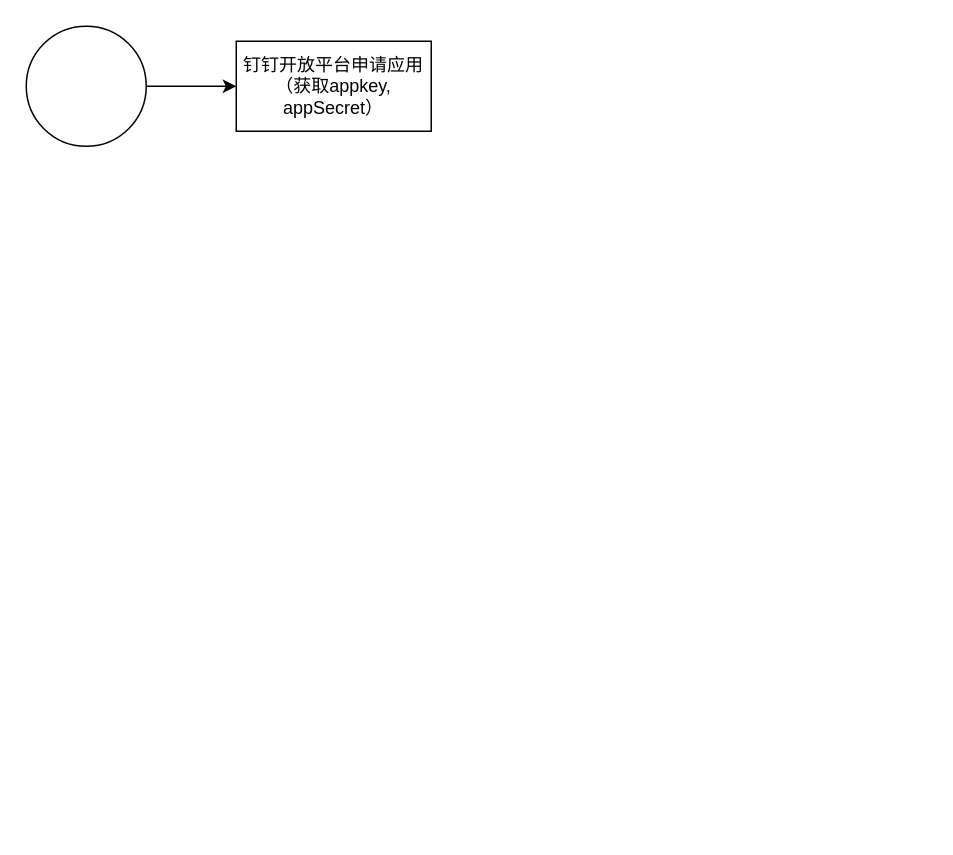
Above: 钉钉流程数据抓取.drawio in XiongZen/QJReconstitution (draw.io), before the change. Source tidied: cells renumbered, new cells numbered last; positions are measured from the earlier drawing's top-left corner, leaving out a move shared by most shapes. Both pictures are drawn from the tidied source at 150%, with x=0, y=0 at pixel (26, 26).
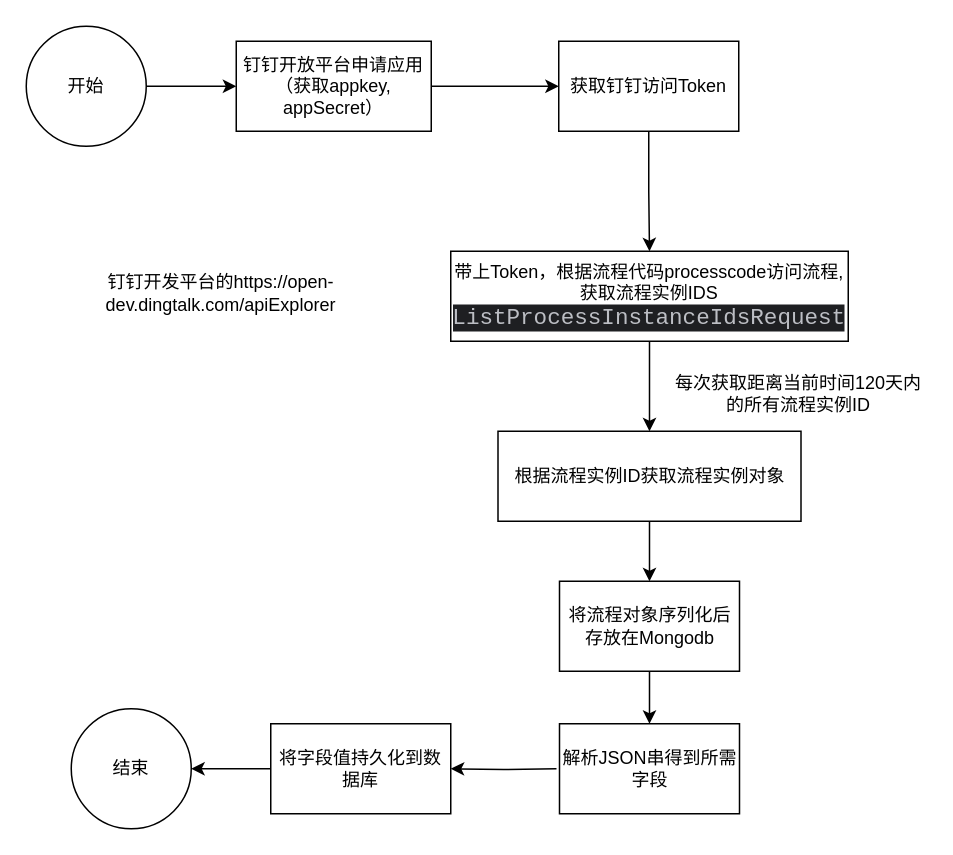
The same page after the edit.

Commit message (it also covers changes not shown here):
Update 钉钉流程数据抓取.drawio

Unchanged cells that the change refers to:
```xml
<mxCell id="4" value="钉钉开放平台申请应用（获取appkey, appSecret）" style="whiteSpace=wrap;html=1;" parent="1" vertex="1">
  <mxGeometry x="140" y="10" width="130" height="60" as="geometry" />
</mxCell>
```

The edit, as a diff of the source:
```diff
@@
-    <mxCell id="3" style="ellipse;whiteSpace=wrap;html=1;" parent="1" vertex="1">
+    <mxCell id="3" value="开始" style="ellipse;whiteSpace=wrap;html=1;" parent="1" vertex="1">
       <mxGeometry width="80" height="80" as="geometry" />
     </mxCell>
+    <mxCell id="5" style="edgeStyle=orthogonalEdgeStyle;rounded=0;jettySize=auto;html=1;" parent="1" edge="1" source="4" target="7">
+      <mxGeometry relative="1" as="geometry" />
+    </mxCell>
@@
+    <mxCell id="6" style="edgeStyle=orthogonalEdgeStyle;rounded=0;jettySize=auto;html=1;" parent="1" edge="1" source="7" target="9">
+      <mxGeometry relative="1" as="geometry" />
+    </mxCell>
+    <mxCell id="7" value="获取钉钉访问Token" style="whiteSpace=wrap;html=1;" parent="1" vertex="1">
+      <mxGeometry x="355" y="10" width="120" height="60" as="geometry" />
+    </mxCell>
+    <mxCell id="8" style="edgeStyle=orthogonalEdgeStyle;rounded=0;jettySize=auto;html=1;" parent="1" edge="1" source="9" target="12">
+      <mxGeometry relative="1" as="geometry" />
+    </mxCell>
+    <mxCell id="9" value="带上Token，根据流程代码processcode访问流程,获取流程实例IDS&lt;div&gt;&lt;span style=&quot;font-family: &amp;quot;JetBrains Mono&amp;quot;, monospace; font-size: 11.3pt; background-color: rgb(30, 31, 34); color: rgb(188, 190, 196);&quot;&gt;ListProcessInstanceIdsRequest&lt;/span&gt;&lt;/div&gt;" style="whiteSpace=wrap;html=1;" parent="1" vertex="1">
+      <mxGeometry x="283" y="150" width="265" height="60" as="geometry" />
+    </mxCell>
+    <mxCell id="10" value="钉钉开发平台的https://open-dev.dingtalk.com/apiExplorer" style="text;html=1;align=center;verticalAlign=middle;whiteSpace=wrap;rounded=0;" parent="1" vertex="1">
+      <mxGeometry x="30" y="145" width="200" height="65" as="geometry" />
+    </mxCell>
+    <mxCell id="11" style="edgeStyle=orthogonalEdgeStyle;rounded=0;jettySize=auto;html=1;" parent="1" edge="1" source="12" target="14">
+      <mxGeometry relative="1" as="geometry" />
+    </mxCell>
+    <mxCell id="12" value="根据流程实例ID获取流程实例对象" style="whiteSpace=wrap;html=1;" parent="1" vertex="1">
+      <mxGeometry x="314.5" y="270" width="202" height="60" as="geometry" />
+    </mxCell>
+    <mxCell id="13" style="edgeStyle=orthogonalEdgeStyle;rounded=0;jettySize=auto;html=1;" parent="1" edge="1" source="14" target="16">
+      <mxGeometry relative="1" as="geometry" />
+    </mxCell>
+    <mxCell id="14" value="将流程对象序列化后存放在Mongodb" style="whiteSpace=wrap;html=1;" parent="1" vertex="1">
+      <mxGeometry x="355.5" y="370" width="120" height="60" as="geometry" />
+    </mxCell>
+    <mxCell id="15" style="edgeStyle=orthogonalEdgeStyle;rounded=0;jettySize=auto;html=1;entryX=1;entryY=0.5;entryDx=0;entryDy=0;" parent="1" edge="1" target="18">
+      <mxGeometry relative="1" as="geometry">
+        <mxPoint x="353.5" y="495" as="sourcePoint" />
+      </mxGeometry>
+    </mxCell>
+    <mxCell id="16" value="解析JSON串得到所需字段" style="whiteSpace=wrap;html=1;" parent="1" vertex="1">
+      <mxGeometry x="355.5" y="465" width="120" height="60" as="geometry" />
+    </mxCell>
+    <mxCell id="17" style="edgeStyle=orthogonalEdgeStyle;rounded=0;jettySize=auto;html=1;entryX=1;entryY=0.5;entryDx=0;entryDy=0;" parent="1" edge="1" source="18" target="20">
+      <mxGeometry relative="1" as="geometry" />
+    </mxCell>
+    <mxCell id="18" value="将字段值持久化到数据库" style="whiteSpace=wrap;html=1;" parent="1" vertex="1">
+      <mxGeometry x="163" y="465" width="120" height="60" as="geometry" />
+    </mxCell>
+    <mxCell id="19" value="每次获取距离当前时间120天内的所有流程实例ID" style="text;html=1;align=center;verticalAlign=middle;whiteSpace=wrap;rounded=0;" parent="1" vertex="1">
+      <mxGeometry x="430" y="230" width="170" height="30" as="geometry" />
+    </mxCell>
+    <mxCell id="20" value="结束" style="ellipse;whiteSpace=wrap;html=1;" parent="1" vertex="1">
+      <mxGeometry x="30" y="455" width="80" height="80" as="geometry" />
+    </mxCell>
```
